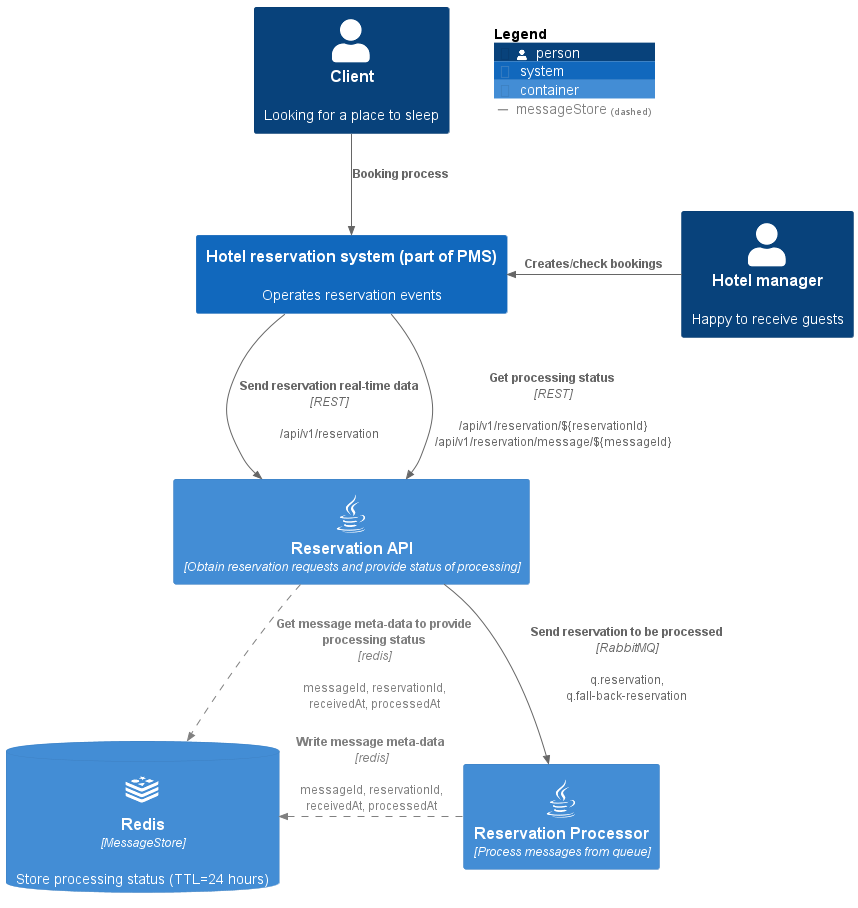
Above: puml/ReservationProcessingScheme.png in alexsoftware-java/practical-task (PlantUML), before the change.
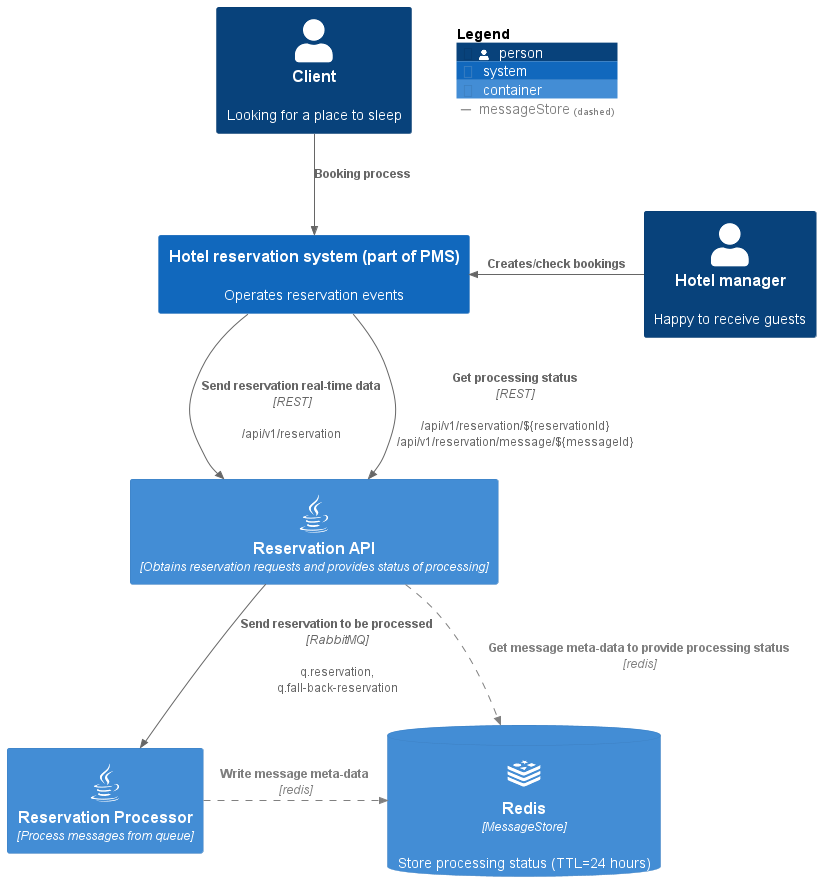
Later version of the same file.

Commit message:
schema final refactoring

The edit, as a diff of the source:
```diff
@@ -3,15 +3,15 @@
 !include https://raw.githubusercontent.com/tupadr3/plantuml-icon-font-sprites/master/devicons/redis.puml
 !include https://raw.githubusercontent.com/tupadr3/plantuml-icon-font-sprites/master/devicons/java.puml
 
-skinparam wrapWidth 350
-skinparam maxMessageSize 200
+skinparam wrapWidth 400
+skinparam maxMessageSize 2000
 
 Person(person, "Client", "Looking for a place to sleep")
 Person(hotel, "Hotel manager", "Happy to receive guests")
 ContainerDb(redis, "Redis", "MessageStore", "Store processing status (TTL=24 hours)", $sprite="redis")
 
 System(pms, "Hotel reservation system (part of PMS)", "Operates reservation events")
-Container(api, "Reservation API", "Obtain reservation requests and provide status of processing", $sprite="java")
+Container(api, "Reservation API", "Obtains reservation requests and provides status of processing", $sprite="java")
 Container(processor, "Reservation Processor", "Process messages from queue", $sprite="java")
 
 AddRelTag("messageStore", $textColor="grey", $lineColor="grey", $lineStyle = DashedLine())
@@ -21,8 +21,8 @@
 Rel(pms, api, "Send reservation real-time data", "REST", "/api/v1/reservation")
 Rel(pms, api, "Get processing status", "REST", "/api/v1/reservation/${reservationId} /api/v1/reservation/message/${messageId}")
 Rel(api, processor, "Send reservation to be processed", "RabbitMQ", "q.reservation, q.fall-back-reservation")
-Rel(api, redis, "Get message meta-data to provide processing status","redis", "messageId, reservationId, receivedAt, processedAt", $tags="messageStore")
-Rel_L(processor, redis, "Write message meta-data", "redis", "messageId, reservationId, receivedAt, processedAt", $tags="messageStore")
+Rel(api, redis, "Get message meta-data to provide processing status","redis", "", $tags="messageStore")
+Rel_R(processor, redis, "Write message meta-data", "redis", "", $tags="messageStore")
 
 SHOW_FLOATING_LEGEND()
 
```
